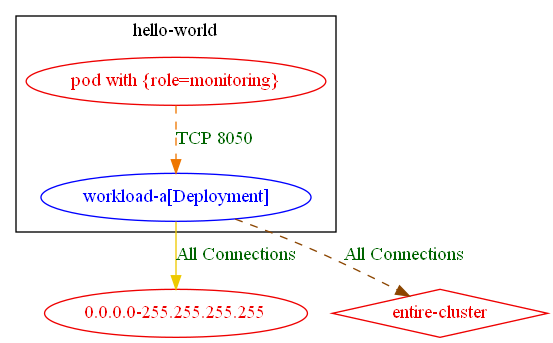
Before: test_outputs/connlist/exposure_test_conn_with_only_pod_selector_exposure_output.dot.png, a diagram exported from Graphviz (np-guard/netpol-analyzer). Its source is kept beside it as test_outputs/connlist/exposure_test_conn_with_only_pod_selector_exposure_output.dot.
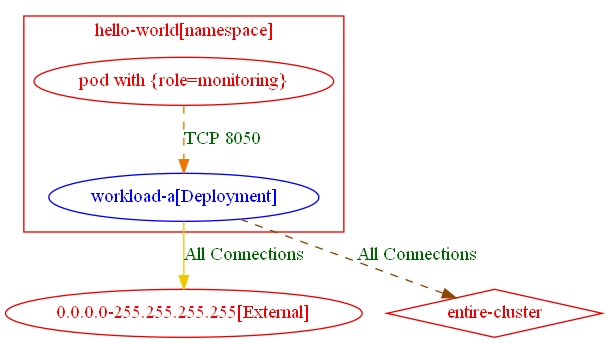
The same file after the commit.

What changed in the source:
```diff
@@ -1,14 +1,19 @@
 digraph {
-	subgraph "cluster_hello_world" {
+	subgraph "cluster_hello_world[namespace]" {
 		color="black"
 		fontcolor="black"
 		"hello-world/workload-a[Deployment]" [label="workload-a[Deployment]" color="blue" fontcolor="blue"]
+		label="hello-world[namespace]"
+	}
+	subgraph "cluster_hello_world[namespace]" {
+		color="red2"
+		fontcolor="red2"
 		"pod with {role=monitoring}_in_hello-world" [label="pod with {role=monitoring}" color="red2" fontcolor="red2"]
-		label="hello-world"
+		label="hello-world[namespace]"
 	}
-	"0.0.0.0-255.255.255.255" [label="0.0.0.0-255.255.255.255" color="red2" fontcolor="red2"]
+	"0.0.0.0-255.255.255.255[External]" [label="0.0.0.0-255.255.255.255[External]" color="red2" fontcolor="red2"]
 	"entire-cluster" [label="entire-cluster" color="red2" fontcolor="red2" shape=diamond]
-	"hello-world/workload-a[Deployment]" -> "0.0.0.0-255.255.255.255" [label="All Connections" color="gold2" fontcolor="darkgreen" weight=1]
+	"hello-world/workload-a[Deployment]" -> "0.0.0.0-255.255.255.255[External]" [label="All Connections" color="gold2" fontcolor="darkgreen" weight=1]
 	"hello-world/workload-a[Deployment]" -> "entire-cluster" [label="All Connections" color="darkorange4" fontcolor="darkgreen" weight=0.5 style=dashed]
 	"pod with {role=monitoring}_in_hello-world" -> "hello-world/workload-a[Deployment]" [label="TCP 8050" color="darkorange2" fontcolor="darkgreen" weight=1 style=dashed]
 }
```
